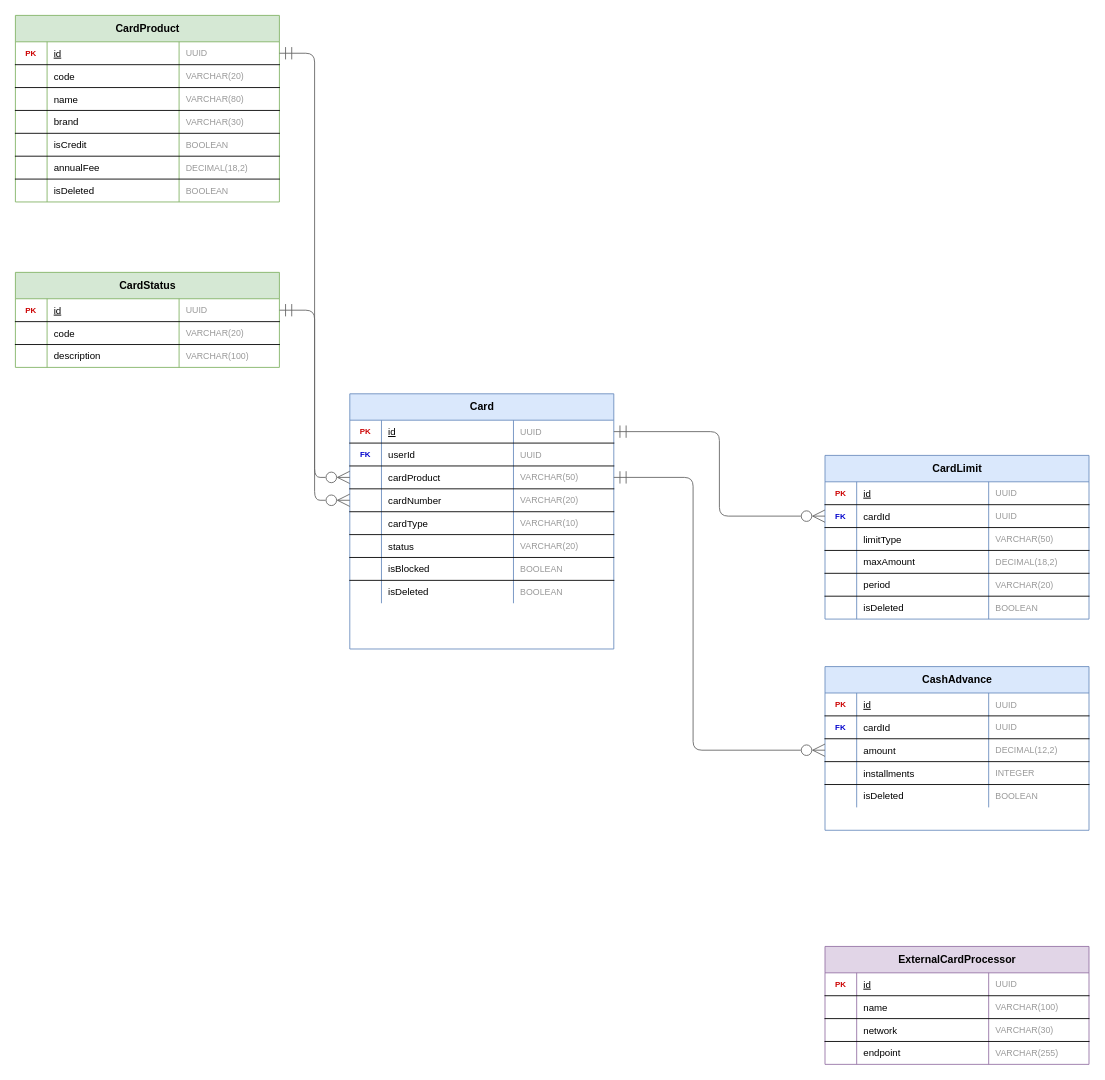
The draw.io diagram docs/diagrams/er/tarjetas_er.drawio in javer-ia-nos/documentacion, before the edit. Source tidied: cells renumbered, new cells numbered last; positions are measured from the earlier drawing's top-left corner, leaving out a move shared by most shapes. Both pictures are drawn from the tidied source at 88%, with x=0, y=0 at pixel (15, 15).
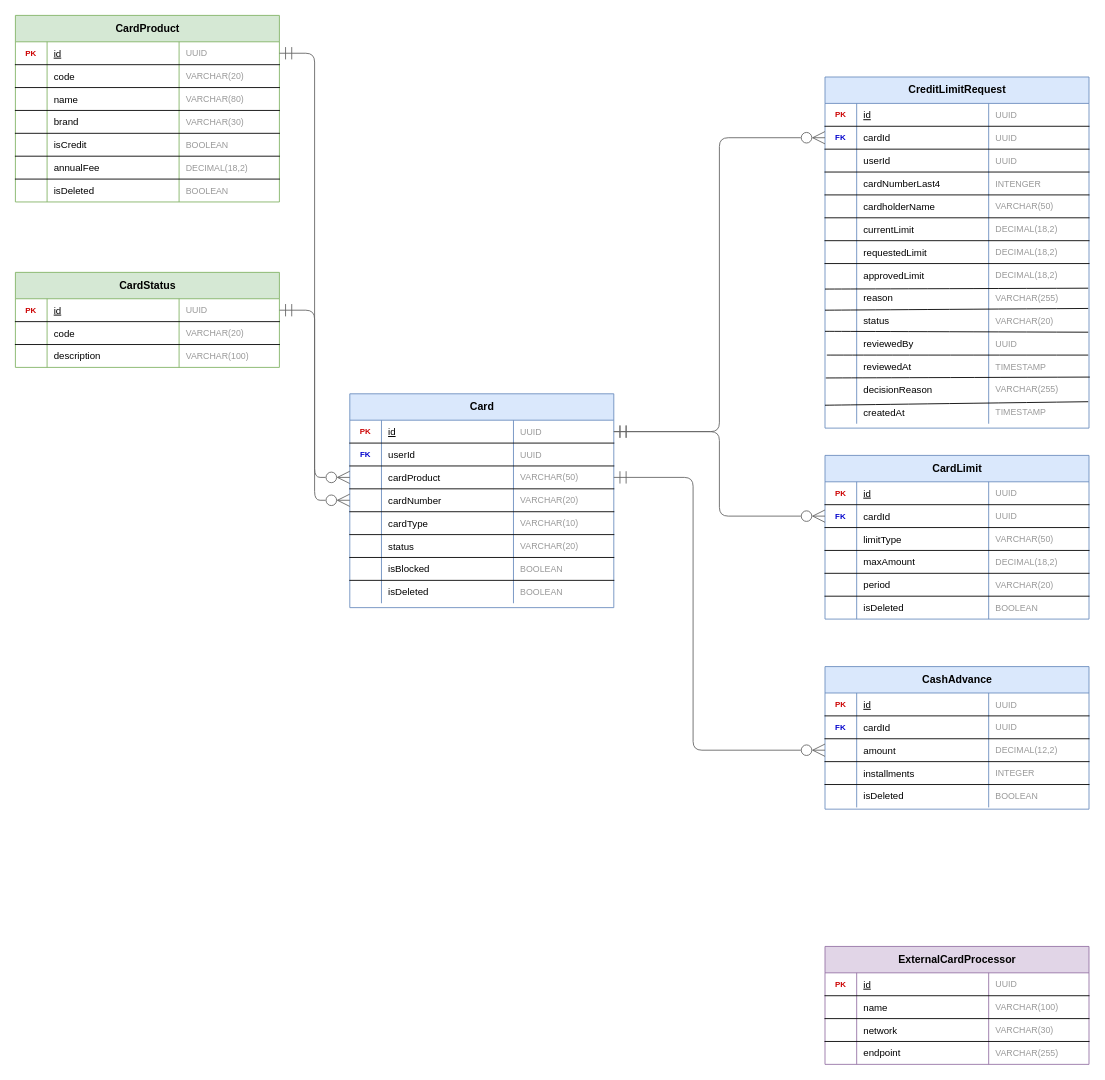
Above is the later version.

The change refers to these unchanged cells:
```xml
<mxCell id="45" style="shape=partialRectangle;fillColor=none;points=[[0,0.5],[1,0.5]];portConstraint=eastwest;top=0;left=0;right=0;bottom=1;" parent="44" vertex="1">
  <mxGeometry y="30" width="300" height="26" as="geometry" />
</mxCell>
```

Diff of the diagram source:
```diff
@@
     <mxCell id="44" value="Card" style="shape=table;startSize=30;childLayout=tableLayout;rowLines=0;fontStyle=1;align=center;fillColor=#dae8fc;strokeColor=#6c8ebf;fontSize=12;html=1;" parent="1" vertex="1">
-      <mxGeometry x="380" y="430" width="300" height="290" as="geometry" />
+      <mxGeometry x="380" y="430" width="300" height="243" as="geometry" />
     </mxCell>
@@
     <mxCell id="102" value="CashAdvance" style="shape=table;startSize=30;childLayout=tableLayout;rowLines=0;fontStyle=1;align=center;fillColor=#dae8fc;strokeColor=#6c8ebf;fontSize=12;html=1;" parent="1" vertex="1">
-      <mxGeometry x="920" y="740" width="300" height="186" as="geometry" />
+      <mxGeometry x="920" y="740" width="300" height="162" as="geometry" />
     </mxCell>
@@
+    <mxCell id="145" value="CreditLimitRequest" style="shape=table;startSize=30;childLayout=tableLayout;rowLines=0;fontStyle=1;align=center;fillColor=#dae8fc;strokeColor=#6c8ebf;fontSize=12;html=1;" parent="1" vertex="1">
+      <mxGeometry x="920" y="70" width="300" height="399" as="geometry" />
+    </mxCell>
+    <mxCell id="146" style="shape=partialRectangle;fillColor=none;top=0;left=0;right=0;bottom=1;" parent="145" vertex="1">
+      <mxGeometry y="30" width="300" height="26" as="geometry" />
+    </mxCell>
+    <mxCell id="147" value="PK" style="shape=partialRectangle;overflow=hidden;fillColor=none;top=0;left=0;bottom=0;right=0;fontStyle=1;fontColor=#CC0000;fontSize=9;align=center;" parent="146" vertex="1">
+      <mxGeometry width="36" height="26" as="geometry" />
+    </mxCell>
+    <mxCell id="148" value="id" style="shape=partialRectangle;overflow=hidden;fillColor=none;top=0;left=0;bottom=0;right=0;align=left;spacingLeft=6;fontStyle=4;fontSize=11;" parent="146" vertex="1">
+      <mxGeometry x="36" width="150" height="26" as="geometry" />
+    </mxCell>
+    <mxCell id="149" value="UUID" style="shape=partialRectangle;overflow=hidden;fillColor=none;top=0;left=0;bottom=0;right=0;align=left;spacingLeft=6;fontColor=#999999;fontSize=10;" parent="146" vertex="1">
+      <mxGeometry x="186" width="114" height="26" as="geometry" />
+    </mxCell>
+    <mxCell id="150" style="shape=partialRectangle;fillColor=none;points=[[0,0.5],[1,0.5]];portConstraint=eastwest;top=0;left=0;right=0;bottom=1;" parent="145" vertex="1">
+      <mxGeometry y="56" width="300" height="26" as="geometry" />
+    </mxCell>
+    <mxCell id="151" value="FK" style="shape=partialRectangle;overflow=hidden;fillColor=none;top=0;left=0;bottom=0;right=0;fontStyle=1;fontColor=#0000CC;fontSize=9;align=center;" parent="150" vertex="1">
+      <mxGeometry width="36" height="26" as="geometry" />
+    </mxCell>
+    <mxCell id="152" value="cardId" style="shape=partialRectangle;overflow=hidden;fillColor=none;top=0;left=0;bottom=0;right=0;align=left;spacingLeft=6;fontSize=11;" parent="150" vertex="1">
+      <mxGeometry x="36" width="150" height="26" as="geometry" />
+    </mxCell>
+    <mxCell id="153" value="UUID" style="shape=partialRectangle;overflow=hidden;fillColor=none;top=0;left=0;bottom=0;right=0;align=left;spacingLeft=6;fontColor=#999999;fontSize=10;" parent="150" vertex="1">
+      <mxGeometry x="186" width="114" height="26" as="geometry" />
+    </mxCell>
+    <mxCell id="154" style="shape=partialRectangle;fillColor=none;top=0;left=0;right=0;bottom=1;" parent="145" vertex="1">
+      <mxGeometry y="82" width="300" height="26" as="geometry" />
+    </mxCell>
+    <mxCell id="155" style="shape=partialRectangle;overflow=hidden;fillColor=none;top=0;left=0;bottom=0;right=0;fontColor=#333;fontSize=9;align=center;" parent="154" vertex="1">
+      <mxGeometry width="36" height="26" as="geometry" />
+    </mxCell>
+    <mxCell id="156" value="userId" style="shape=partialRectangle;overflow=hidden;fillColor=none;top=0;left=0;bottom=0;right=0;align=left;spacingLeft=6;fontSize=11;" parent="154" vertex="1">
+      <mxGeometry x="36" width="150" height="26" as="geometry" />
+    </mxCell>
+    <mxCell id="157" value="UUID" style="shape=partialRectangle;overflow=hidden;fillColor=none;top=0;left=0;bottom=0;right=0;align=left;spacingLeft=6;fontColor=#999999;fontSize=10;" parent="154" vertex="1">
+      <mxGeometry x="186" width="114" height="26" as="geometry" />
+    </mxCell>
+    <mxCell id="158" style="shape=partialRectangle;fillColor=none;top=0;left=0;right=0;bottom=1;" parent="145" vertex="1">
+      <mxGeometry y="108" width="300" height="26" as="geometry" />
+    </mxCell>
+    <mxCell id="159" style="shape=partialRectangle;overflow=hidden;fillColor=none;top=0;left=0;bottom=0;right=0;fontColor=#333;fontSize=9;align=center;" parent="158" vertex="1">
+      <mxGeometry width="36" height="26" as="geometry" />
+    </mxCell>
+    <mxCell id="160" value="cardNumberLast4" style="shape=partialRectangle;overflow=hidden;fillColor=none;top=0;left=0;bottom=0;right=0;align=left;spacingLeft=6;fontSize=11;" parent="158" vertex="1">
+      <mxGeometry x="36" width="150" height="26" as="geometry" />
+    </mxCell>
+    <mxCell id="161" value="INTENGER" style="shape=partialRectangle;overflow=hidden;fillColor=none;top=0;left=0;bottom=0;right=0;align=left;spacingLeft=6;fontColor=#999999;fontSize=10;" parent="158" vertex="1">
+      <mxGeometry x="186" width="114" height="26" as="geometry" />
+    </mxCell>
+    <mxCell id="162" style="shape=partialRectangle;fillColor=none;top=0;left=0;right=0;bottom=1;" parent="145" vertex="1">
+      <mxGeometry y="134" width="300" height="26" as="geometry" />
+    </mxCell>
+    <mxCell id="163" style="shape=partialRectangle;overflow=hidden;fillColor=none;top=0;left=0;bottom=0;right=0;fontColor=#333;fontSize=9;align=center;" parent="162" vertex="1">
+      <mxGeometry width="36" height="26" as="geometry" />
+    </mxCell>
+    <mxCell id="164" value="cardholderName" style="shape=partialRectangle;overflow=hidden;fillColor=none;top=0;left=0;bottom=0;right=0;align=left;spacingLeft=6;fontSize=11;" parent="162" vertex="1">
+      <mxGeometry x="36" width="150" height="26" as="geometry" />
+    </mxCell>
+    <mxCell id="165" value="VARCHAR(50)" style="shape=partialRectangle;overflow=hidden;fillColor=none;top=0;left=0;bottom=0;right=0;align=left;spacingLeft=6;fontColor=#999999;fontSize=10;" parent="162" vertex="1">
+      <mxGeometry x="186" width="114" height="26" as="geometry" />
+    </mxCell>
+    <mxCell id="166" style="shape=partialRectangle;fillColor=none;top=0;left=0;right=0;bottom=1;" parent="145" vertex="1">
+      <mxGeometry y="160" width="300" height="26" as="geometry" />
+    </mxCell>
+    <mxCell id="167" style="shape=partialRectangle;overflow=hidden;fillColor=none;top=0;left=0;bottom=0;right=0;fontColor=#333;fontSize=9;align=center;" parent="166" vertex="1">
+      <mxGeometry width="36" height="26" as="geometry" />
+    </mxCell>
+    <mxCell id="168" value="currentLimit" style="shape=partialRectangle;overflow=hidden;fillColor=none;top=0;left=0;bottom=0;right=0;align=left;spacingLeft=6;fontSize=11;" parent="166" vertex="1">
+      <mxGeometry x="36" width="150" height="26" as="geometry" />
+    </mxCell>
+    <mxCell id="169" value="DECIMAL(18,2)" style="shape=partialRectangle;overflow=hidden;fillColor=none;top=0;left=0;bottom=0;right=0;align=left;spacingLeft=6;fontColor=#999999;fontSize=10;" parent="166" vertex="1">
+      <mxGeometry x="186" width="114" height="26" as="geometry" />
+    </mxCell>
+    <mxCell id="170" style="shape=partialRectangle;fillColor=none;top=0;left=0;right=0;bottom=1;" parent="145" vertex="1">
+      <mxGeometry y="186" width="300" height="26" as="geometry" />
+    </mxCell>
+    <mxCell id="171" style="shape=partialRectangle;overflow=hidden;fillColor=none;top=0;left=0;bottom=0;right=0;fontColor=#333;fontSize=9;align=center;" parent="170" vertex="1">
+      <mxGeometry width="36" height="26" as="geometry" />
+    </mxCell>
+    <mxCell id="172" value="requestedLimit" style="shape=partialRectangle;overflow=hidden;fillColor=none;top=0;left=0;bottom=0;right=0;align=left;spacingLeft=6;fontSize=11;" parent="170" vertex="1">
+      <mxGeometry x="36" width="150" height="26" as="geometry" />
+    </mxCell>
+    <mxCell id="173" value="DECIMAL(18,2)" style="shape=partialRectangle;overflow=hidden;fillColor=none;top=0;left=0;bottom=0;right=0;align=left;spacingLeft=6;fontColor=#999999;fontSize=10;" parent="170" vertex="1">
+      <mxGeometry x="186" width="114" height="26" as="geometry" />
+    </mxCell>
+    <mxCell id="174" style="shape=partialRectangle;fillColor=none;top=0;left=0;right=0;bottom=0;" parent="145" vertex="1">
+      <mxGeometry y="212" width="300" height="26" as="geometry" />
+    </mxCell>
+    <mxCell id="175" style="shape=partialRectangle;overflow=hidden;fillColor=none;top=0;left=0;bottom=0;right=0;fontColor=#333;fontSize=9;align=center;" parent="174" vertex="1">
+      <mxGeometry width="36" height="26" as="geometry" />
+    </mxCell>
+    <mxCell id="176" value="approvedLimit" style="shape=partialRectangle;overflow=hidden;fillColor=none;top=0;left=0;bottom=0;right=0;align=left;spacingLeft=6;fontSize=11;" parent="174" vertex="1">
+      <mxGeometry x="36" width="150" height="26" as="geometry" />
+    </mxCell>
+    <mxCell id="177" value="DECIMAL(18,2)" style="shape=partialRectangle;overflow=hidden;fillColor=none;top=0;left=0;bottom=0;right=0;align=left;spacingLeft=6;fontColor=#999999;fontSize=10;" parent="174" vertex="1">
+      <mxGeometry x="186" width="114" height="26" as="geometry" />
+    </mxCell>
+    <mxCell id="178" style="shape=partialRectangle;fillColor=none;points=[[0,0.5],[1,0.5]];portConstraint=eastwest;top=0;left=0;right=0;bottom=0;" parent="145" vertex="1">
+      <mxGeometry y="238" width="300" height="26" as="geometry" />
+    </mxCell>
+    <mxCell id="179" style="shape=partialRectangle;overflow=hidden;fillColor=none;top=0;left=0;bottom=0;right=0;fontColor=#333;fontSize=9;align=center;" parent="178" vertex="1">
+      <mxGeometry width="36" height="26" as="geometry" />
+    </mxCell>
+    <mxCell id="180" value="reason" style="shape=partialRectangle;overflow=hidden;fillColor=none;top=0;left=0;bottom=0;right=0;align=left;spacingLeft=6;fontSize=11;" parent="178" vertex="1">
+      <mxGeometry x="36" width="150" height="26" as="geometry" />
+    </mxCell>
+    <mxCell id="181" value="VARCHAR(255)" style="shape=partialRectangle;overflow=hidden;fillColor=none;top=0;left=0;bottom=0;right=0;align=left;spacingLeft=6;fontColor=#999999;fontSize=10;" parent="178" vertex="1">
+      <mxGeometry x="186" width="114" height="26" as="geometry" />
+    </mxCell>
+    <mxCell id="182" style="shape=partialRectangle;fillColor=none;points=[[0,0.5],[1,0.5]];portConstraint=eastwest;top=0;left=0;right=0;bottom=0;" parent="145" vertex="1">
+      <mxGeometry y="264" width="300" height="26" as="geometry" />
+    </mxCell>
+    <mxCell id="183" style="shape=partialRectangle;overflow=hidden;fillColor=none;top=0;left=0;bottom=0;right=0;fontColor=#333;fontSize=9;align=center;" parent="182" vertex="1">
+      <mxGeometry width="36" height="26" as="geometry" />
+    </mxCell>
+    <mxCell id="184" value="status" style="shape=partialRectangle;overflow=hidden;fillColor=none;top=0;left=0;bottom=0;right=0;align=left;spacingLeft=6;fontSize=11;" parent="182" vertex="1">
+      <mxGeometry x="36" width="150" height="26" as="geometry" />
+    </mxCell>
+    <mxCell id="185" value="VARCHAR(20)" style="shape=partialRectangle;overflow=hidden;fillColor=none;top=0;left=0;bottom=0;right=0;align=left;spacingLeft=6;fontColor=#999999;fontSize=10;" parent="182" vertex="1">
+      <mxGeometry x="186" width="114" height="26" as="geometry" />
+    </mxCell>
+    <mxCell id="186" style="shape=partialRectangle;fillColor=none;points=[[0,0.5],[1,0.5]];portConstraint=eastwest;top=0;left=0;right=0;bottom=0;" parent="145" vertex="1">
+      <mxGeometry y="290" width="300" height="26" as="geometry" />
+    </mxCell>
+    <mxCell id="187" style="shape=partialRectangle;overflow=hidden;fillColor=none;top=0;left=0;bottom=0;right=0;fontColor=#333;fontSize=9;align=center;" parent="186" vertex="1">
+      <mxGeometry width="36" height="26" as="geometry" />
+    </mxCell>
+    <mxCell id="188" value="reviewedBy" style="shape=partialRectangle;overflow=hidden;fillColor=none;top=0;left=0;bottom=0;right=0;align=left;spacingLeft=6;fontSize=11;" parent="186" vertex="1">
+      <mxGeometry x="36" width="150" height="26" as="geometry" />
+    </mxCell>
+    <mxCell id="189" value="UUID" style="shape=partialRectangle;overflow=hidden;fillColor=none;top=0;left=0;bottom=0;right=0;align=left;spacingLeft=6;fontColor=#999999;fontSize=10;" parent="186" vertex="1">
+      <mxGeometry x="186" width="114" height="26" as="geometry" />
+    </mxCell>
+    <mxCell id="190" style="shape=partialRectangle;fillColor=none;points=[[0,0.5],[1,0.5]];portConstraint=eastwest;top=0;left=0;right=0;bottom=0;" parent="145" vertex="1">
+      <mxGeometry y="316" width="300" height="26" as="geometry" />
+    </mxCell>
+    <mxCell id="191" style="shape=partialRectangle;overflow=hidden;fillColor=none;top=0;left=0;bottom=0;right=0;fontColor=#333;fontSize=9;align=center;" parent="190" vertex="1">
+      <mxGeometry width="36" height="26" as="geometry" />
+    </mxCell>
+    <mxCell id="192" value="reviewedAt" style="shape=partialRectangle;overflow=hidden;fillColor=none;top=0;left=0;bottom=0;right=0;align=left;spacingLeft=6;fontSize=11;" parent="190" vertex="1">
+      <mxGeometry x="36" width="150" height="26" as="geometry" />
+    </mxCell>
+    <mxCell id="193" value="TIMESTAMP" style="shape=partialRectangle;overflow=hidden;fillColor=none;top=0;left=0;bottom=0;right=0;align=left;spacingLeft=6;fontColor=#999999;fontSize=10;" parent="190" vertex="1">
+      <mxGeometry x="186" width="114" height="26" as="geometry" />
+    </mxCell>
+    <mxCell id="194" style="shape=partialRectangle;fillColor=none;points=[[0,0.5],[1,0.5]];portConstraint=eastwest;top=0;left=0;right=0;bottom=0;" parent="145" vertex="1">
+      <mxGeometry y="342" width="300" height="26" as="geometry" />
+    </mxCell>
+    <mxCell id="195" style="shape=partialRectangle;overflow=hidden;fillColor=none;top=0;left=0;bottom=0;right=0;fontColor=#333;fontSize=9;align=center;" parent="194" vertex="1">
+      <mxGeometry width="36" height="26" as="geometry" />
+    </mxCell>
+    <mxCell id="196" value="decisionReason" style="shape=partialRectangle;overflow=hidden;fillColor=none;top=0;left=0;bottom=0;right=0;align=left;spacingLeft=6;fontSize=11;" parent="194" vertex="1">
+      <mxGeometry x="36" width="150" height="26" as="geometry" />
+    </mxCell>
+    <mxCell id="197" value="VARCHAR(255)" style="shape=partialRectangle;overflow=hidden;fillColor=none;top=0;left=0;bottom=0;right=0;align=left;spacingLeft=6;fontColor=#999999;fontSize=10;" parent="194" vertex="1">
+      <mxGeometry x="186" width="114" height="26" as="geometry" />
+    </mxCell>
+    <mxCell id="198" style="shape=partialRectangle;fillColor=none;points=[[0,0.5],[1,0.5]];portConstraint=eastwest;top=0;left=0;right=0;bottom=0;" parent="145" vertex="1">
+      <mxGeometry y="368" width="300" height="26" as="geometry" />
+    </mxCell>
+    <mxCell id="199" style="shape=partialRectangle;overflow=hidden;fillColor=none;top=0;left=0;bottom=0;right=0;fontColor=#333;fontSize=9;align=center;" parent="198" vertex="1">
+      <mxGeometry width="36" height="26" as="geometry" />
+    </mxCell>
+    <mxCell id="200" value="createdAt" style="shape=partialRectangle;overflow=hidden;fillColor=none;top=0;left=0;bottom=0;right=0;align=left;spacingLeft=6;fontSize=11;" parent="198" vertex="1">
+      <mxGeometry x="36" width="150" height="26" as="geometry" />
+    </mxCell>
+    <mxCell id="201" value="TIMESTAMP" style="shape=partialRectangle;overflow=hidden;fillColor=none;top=0;left=0;bottom=0;right=0;align=left;spacingLeft=6;fontColor=#999999;fontSize=10;" parent="198" vertex="1">
+      <mxGeometry x="186" width="114" height="26" as="geometry" />
+    </mxCell>
+    <mxCell id="202" style="endArrow=none;html=1;rounded=0;fontSize=12;startSize=8;endSize=8;curved=1;exitX=0;exitY=0.115;exitDx=0;exitDy=0;exitPerimeter=0;" parent="145" edge="1" source="178">
+      <mxGeometry relative="1" as="geometry">
+        <mxPoint x="299.1" y="240" as="targetPoint" />
+      </mxGeometry>
+    </mxCell>
+    <mxCell id="203" style="endArrow=none;html=1;rounded=0;fontSize=12;startSize=8;endSize=8;curved=1;exitX=0;exitY=0.038;exitDx=0;exitDy=0;exitPerimeter=0;entryX=0.997;entryY=-0.038;entryDx=0;entryDy=0;entryPerimeter=0;" parent="145" edge="1" source="182" target="182">
+      <mxGeometry relative="1" as="geometry" />
+    </mxCell>
+    <mxCell id="204" style="endArrow=none;html=1;rounded=0;fontSize=12;startSize=8;endSize=8;curved=1;exitX=0;exitY=-0.038;exitDx=0;exitDy=0;exitPerimeter=0;entryX=0.997;entryY=0;entryDx=0;entryDy=0;entryPerimeter=0;" parent="145" edge="1" source="186" target="186">
+      <mxGeometry relative="1" as="geometry" />
+    </mxCell>
+    <mxCell id="205" style="endArrow=none;html=1;rounded=0;fontSize=12;startSize=8;endSize=8;curved=1;exitX=0.007;exitY=0;exitDx=0;exitDy=0;exitPerimeter=0;entryX=0.997;entryY=0;entryDx=0;entryDy=0;entryPerimeter=0;" parent="145" edge="1" source="190" target="190">
+      <mxGeometry relative="1" as="geometry" />
+    </mxCell>
+    <mxCell id="206" style="endArrow=none;html=1;rounded=0;fontSize=12;startSize=8;endSize=8;curved=1;entryX=1.003;entryY=-0.038;entryDx=0;entryDy=0;entryPerimeter=0;exitX=0.003;exitY=0;exitDx=0;exitDy=0;exitPerimeter=0;" parent="145" edge="1" source="194" target="194">
+      <mxGeometry relative="1" as="geometry" />
+    </mxCell>
+    <mxCell id="207" style="endArrow=none;html=1;rounded=0;fontSize=12;startSize=8;endSize=8;curved=1;exitX=0;exitY=0.192;exitDx=0;exitDy=0;exitPerimeter=0;entryX=0.997;entryY=0.038;entryDx=0;entryDy=0;entryPerimeter=0;" parent="145" edge="1" source="198" target="198">
+      <mxGeometry relative="1" as="geometry" />
+    </mxCell>
+    <mxCell id="208" style="edgeStyle=orthogonalEdgeStyle;rounded=1;jettySize=auto;html=1;entryX=0;entryY=0.5;entryDx=0;entryDy=0;strokeColor=#666666;startArrow=ERmandOne;startFill=0;endArrow=ERzeroToMany;endFill=0;startSize=12;endSize=12;exitX=1;exitY=0.5;exitDx=0;exitDy=0;" parent="1" edge="1" source="45" target="150">
+      <mxGeometry relative="1" as="geometry" />
+    </mxCell>
```
